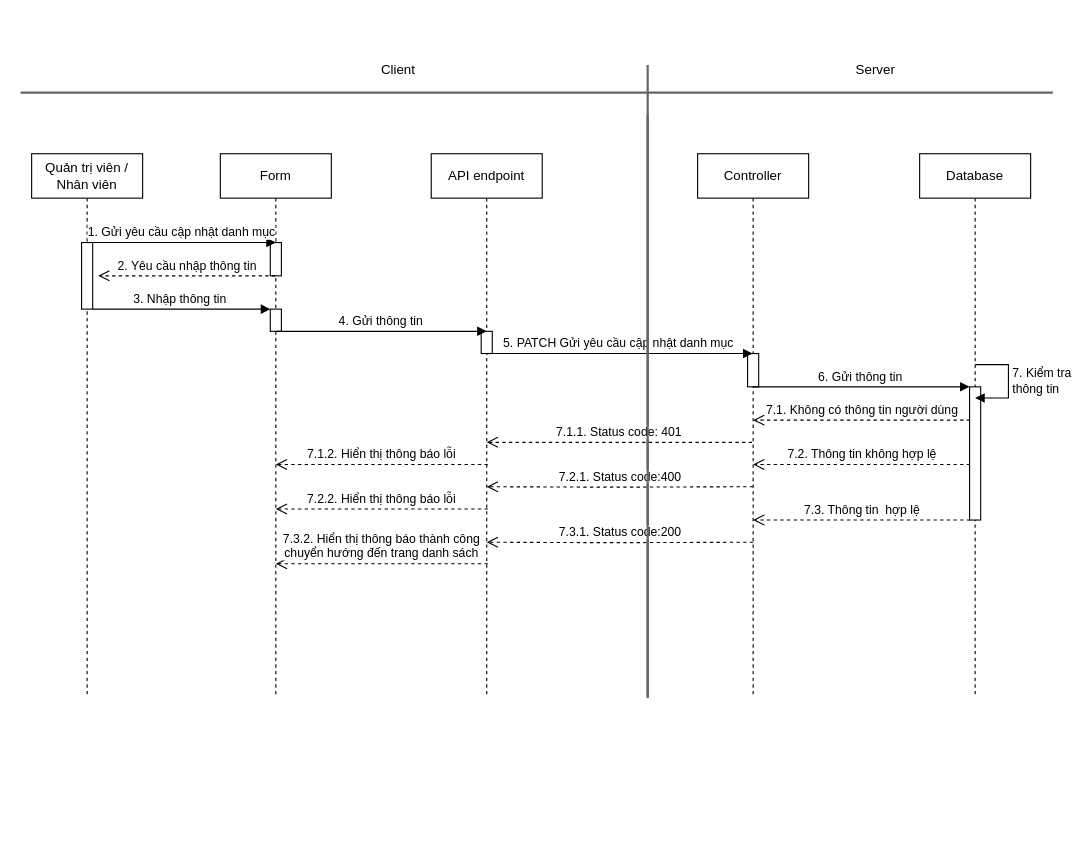
Before: page "Page-2" (2 of 4) of SD/SD_QUANLYDANHMUC.drawio in hieuNV0871/da, a draw.io diagram. Source tidied: cells renumbered, new cells numbered last; positions are measured from the earlier drawing's top-left corner, leaving out a move shared by most shapes. Both pictures are drawn from the tidied source at 111%, with x=0, y=0 at pixel (20, 53).
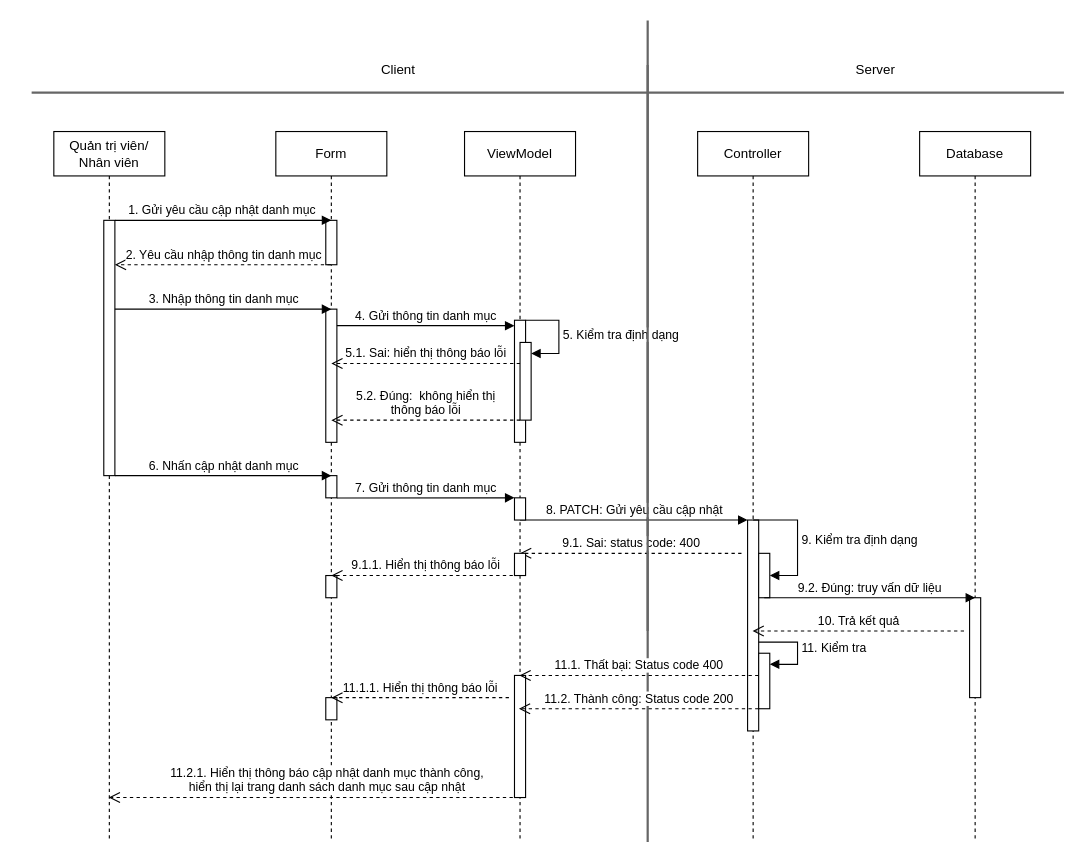
The same page after the edit.

What changed in the source:
```diff
@@
-    <mxCell id="2" value="Quản trị viên / Nhân viên" style="shape=umlLifeline;perimeter=lifelinePerimeter;whiteSpace=wrap;html=1;newEdgeStyle={&quot;curved&quot;:0,&quot;rounded&quot;:0};" parent="1" vertex="1">
-      <mxGeometry x="10" y="90" width="100" height="490" as="geometry" />
-    </mxCell>
-    <mxCell id="3" style="html=1;points=[[0,0,0,0,5],[0,1,0,0,-5],[1,0,0,0,5],[1,1,0,0,-5]];perimeter=orthogonalPerimeter;outlineConnect=0;targetShapes=umlLifeline;portConstraint=eastwest;newEdgeStyle={&quot;curved&quot;:0,&quot;rounded&quot;:0};" parent="2" vertex="1">
-      <mxGeometry x="45" y="80" width="10" height="60" as="geometry" />
-    </mxCell>
+    <mxCell id="34" style="line;strokeWidth=2;direction=south;html=1;fillColor=#f5f5f5;fontColor=#333333;strokeColor=#666666;" parent="1" vertex="1">
+      <mxGeometry x="560" y="-30" width="10" height="550" as="geometry" />
+    </mxCell>
+    <mxCell id="35" value="Quản trị viên/ Nhân viên" style="shape=umlLifeline;perimeter=lifelinePerimeter;whiteSpace=wrap;html=1;outlineConnect=0;portConstraint=eastwest;newEdgeStyle={&quot;curved&quot;:0,&quot;rounded&quot;:0};" parent="1" vertex="1">
+      <mxGeometry x="30" y="70" width="100" height="640" as="geometry" />
+    </mxCell>
+    <mxCell id="36" style="html=1;points=[[0,0,0,0,5],[0,1,0,0,-5],[1,0,0,0,5],[1,1,0,0,-5]];perimeter=orthogonalPerimeter;outlineConnect=0;targetShapes=umlLifeline;portConstraint=eastwest;newEdgeStyle={&quot;curved&quot;:0,&quot;rounded&quot;:0};" parent="35" vertex="1">
+      <mxGeometry x="45" y="80" width="10" height="230" as="geometry" />
+    </mxCell>
     <mxCell id="4" value="Form" style="shape=umlLifeline;perimeter=lifelinePerimeter;whiteSpace=wrap;html=1;outlineConnect=0;portConstraint=eastwest;newEdgeStyle={&quot;curved&quot;:0,&quot;rounded&quot;:0};" parent="1" vertex="1">
-      <mxGeometry x="180" y="90" width="100" height="490" as="geometry" />
+      <mxGeometry x="230" y="70" width="100" height="640" as="geometry" />
     </mxCell>
-    <mxCell id="5" style="html=1;perimeter=orthogonalPerimeter;targetShapes=umlLifeline;newEdgeStyle={&quot;curved&quot;:0,&quot;rounded&quot;:0};" parent="4" vertex="1">
-      <mxGeometry x="45" y="80" width="10" height="30" as="geometry" />
-    </mxCell>
-    <mxCell id="6" style="html=1;points=[[0,0,0,0,5],[0,1,0,0,-5],[1,0,0,0,5],[1,1,0,0,-5]];perimeter=orthogonalPerimeter;outlineConnect=0;targetShapes=umlLifeline;portConstraint=eastwest;newEdgeStyle={&quot;curved&quot;:0,&quot;rounded&quot;:0};" parent="4" vertex="1">
-      <mxGeometry x="45" y="140" width="10" height="20" as="geometry" />
-    </mxCell>
+    <mxCell id="37" style="html=1;perimeter=orthogonalPerimeter;targetShapes=umlLifeline;newEdgeStyle={&quot;curved&quot;:0,&quot;rounded&quot;:0};" parent="4" vertex="1">
+      <mxGeometry x="45" y="80" width="10" height="40" as="geometry" />
+    </mxCell>
+    <mxCell id="38" style="html=1;points=[[0,0,0,0,5],[0,1,0,0,-5],[1,0,0,0,5],[1,1,0,0,-5]];perimeter=orthogonalPerimeter;outlineConnect=0;targetShapes=umlLifeline;portConstraint=eastwest;newEdgeStyle={&quot;curved&quot;:0,&quot;rounded&quot;:0};" parent="4" vertex="1">
+      <mxGeometry x="45" y="160" width="10" height="120" as="geometry" />
+    </mxCell>
+    <mxCell id="39" style="html=1;perimeter=orthogonalPerimeter;targetShapes=umlLifeline;newEdgeStyle={&quot;curved&quot;:0,&quot;rounded&quot;:0};" parent="4" vertex="1">
+      <mxGeometry x="45" y="310" width="10" height="20" as="geometry" />
+    </mxCell>
+    <mxCell id="40" style="html=1;perimeter=orthogonalPerimeter;targetShapes=umlLifeline;newEdgeStyle={&quot;curved&quot;:0,&quot;rounded&quot;:0};" parent="4" vertex="1">
+      <mxGeometry x="45" y="400" width="10" height="20" as="geometry" />
+    </mxCell>
+    <mxCell id="41" style="html=1;perimeter=orthogonalPerimeter;targetShapes=umlLifeline;newEdgeStyle={&quot;curved&quot;:0,&quot;rounded&quot;:0};" parent="4" vertex="1">
+      <mxGeometry x="45" y="510" width="10" height="20" as="geometry" />
+    </mxCell>
     <mxCell id="7" value="Controller" style="shape=umlLifeline;perimeter=lifelinePerimeter;whiteSpace=wrap;html=1;outlineConnect=0;portConstraint=eastwest;newEdgeStyle={&quot;curved&quot;:0,&quot;rounded&quot;:0};" parent="1" vertex="1">
-      <mxGeometry x="610" y="90" width="100" height="490" as="geometry" />
+      <mxGeometry x="610" y="70" width="100" height="640" as="geometry" />
     </mxCell>
-    <mxCell id="8" style="html=1;perimeter=orthogonalPerimeter;targetShapes=umlLifeline;newEdgeStyle={&quot;curved&quot;:0,&quot;rounded&quot;:0};" parent="7" vertex="1">
-      <mxGeometry x="45" y="180" width="10" height="30" as="geometry" />
-    </mxCell>
-    <mxCell id="9" value="2. Yêu cầu nhập thông tin" style="html=1;verticalAlign=bottom;endArrow=open;dashed=1;endSize=8;curved=0;rounded=0;" parent="1" edge="1">
-      <mxGeometry relative="1" as="geometry">
-        <mxPoint x="229.5" y="200" as="sourcePoint" />
-        <mxPoint x="70" y="200" as="targetPoint" />
-        <Array as="points">
-          <mxPoint x="130" y="200" />
-        </Array>
-      </mxGeometry>
-    </mxCell>
-    <mxCell id="10" value="3. Nhập thông tin&amp;nbsp;" style="html=1;verticalAlign=bottom;endArrow=block;curved=0;rounded=0;" parent="1" edge="1" source="3" target="6">
-      <mxGeometry relative="1" as="geometry" />
-    </mxCell>
+    <mxCell id="42" style="html=1;points=[[0,0,0,0,5],[0,1,0,0,-5],[1,0,0,0,5],[1,1,0,0,-5]];perimeter=orthogonalPerimeter;outlineConnect=0;targetShapes=umlLifeline;portConstraint=eastwest;newEdgeStyle={&quot;curved&quot;:0,&quot;rounded&quot;:0};" parent="7" vertex="1">
+      <mxGeometry x="45" y="350" width="10" height="190" as="geometry" />
+    </mxCell>
+    <mxCell id="43" value="9. Kiểm tra định dạng" style="html=1;align=left;spacingLeft=2;endArrow=block;rounded=0;edgeStyle=orthogonalEdgeStyle;curved=0;rounded=0;exitX=0.5;exitY=0;exitDx=0;exitDy=0;exitPerimeter=0;" parent="7" edge="1" source="42" target="44">
+      <mxGeometry relative="1" as="geometry">
+        <Array as="points">
+          <mxPoint x="90" y="350" />
+          <mxPoint x="90" y="400" />
+        </Array>
+      </mxGeometry>
+    </mxCell>
+    <mxCell id="44" style="html=1;points=[[0,0,0,0,5],[0,1,0,0,-5],[1,0,0,0,5],[1,1,0,0,-5]];perimeter=orthogonalPerimeter;outlineConnect=0;targetShapes=umlLifeline;portConstraint=eastwest;newEdgeStyle={&quot;curved&quot;:0,&quot;rounded&quot;:0};" parent="7" vertex="1">
+      <mxGeometry x="55" y="380" width="10" height="40" as="geometry" />
+    </mxCell>
+    <mxCell id="45" style="html=1;points=[[0,0,0,0,5],[0,1,0,0,-5],[1,0,0,0,5],[1,1,0,0,-5]];perimeter=orthogonalPerimeter;outlineConnect=0;targetShapes=umlLifeline;portConstraint=eastwest;newEdgeStyle={&quot;curved&quot;:0,&quot;rounded&quot;:0};" parent="7" vertex="1">
+      <mxGeometry x="55" y="470" width="10" height="50" as="geometry" />
+    </mxCell>
+    <mxCell id="46" value="11. Kiểm tra" style="html=1;align=left;spacingLeft=2;endArrow=block;rounded=0;edgeStyle=orthogonalEdgeStyle;curved=0;rounded=0;" parent="7" edge="1" target="45">
+      <mxGeometry relative="1" as="geometry">
+        <mxPoint x="55" y="460" as="sourcePoint" />
+        <Array as="points">
+          <mxPoint x="90" y="460" />
+          <mxPoint x="90" y="480" />
+        </Array>
+      </mxGeometry>
+    </mxCell>
+    <mxCell id="47" value="2. Yêu cầu nhập thông tin danh mục" style="html=1;verticalAlign=bottom;endArrow=open;dashed=1;endSize=8;curved=0;rounded=0;" parent="1" edge="1" source="4" target="36">
+      <mxGeometry relative="1" as="geometry">
+        <Array as="points">
+          <mxPoint x="160" y="190" />
+        </Array>
+      </mxGeometry>
+    </mxCell>
+    <mxCell id="48" value="3. Nhập thông tin danh mục" style="html=1;verticalAlign=bottom;endArrow=block;curved=0;rounded=0;" parent="1" edge="1" source="36">
+      <mxGeometry relative="1" as="geometry">
+        <mxPoint x="280" y="230" as="targetPoint" />
+      </mxGeometry>
+    </mxCell>
-    <mxCell id="11" value="1. Gửi yêu cầu cập nhật danh mục" style="html=1;verticalAlign=bottom;endArrow=block;curved=0;rounded=0;" parent="1" edge="1">
+    <mxCell id="11" value="1. Gửi yêu cầu cập nhật danh mục&amp;nbsp;" style="html=1;verticalAlign=bottom;endArrow=block;curved=0;rounded=0;" parent="1" edge="1">
       <mxGeometry relative="1" as="geometry">
-        <mxPoint x="60" y="170" as="sourcePoint" />
-        <mxPoint x="230" y="170" as="targetPoint" />
+        <mxPoint x="85" y="150" as="sourcePoint" />
+        <mxPoint x="280" y="150" as="targetPoint" />
       </mxGeometry>
     </mxCell>
-    <mxCell id="12" value="5. PATCH Gửi yêu cầu cập nhật danh mục&amp;nbsp;" style="html=1;verticalAlign=bottom;endArrow=block;curved=0;rounded=0;" parent="1" edge="1" target="7">
-      <mxGeometry relative="1" as="geometry">
-        <mxPoint x="420" y="270" as="sourcePoint" />
-      </mxGeometry>
-    </mxCell>
+    <mxCell id="49" value="8. PATCH: Gửi yêu cầu cập nhật" style="html=1;verticalAlign=bottom;endArrow=block;curved=0;rounded=0;" parent="1" edge="1">
+      <mxGeometry relative="1" as="geometry">
+        <mxPoint x="450" y="420" as="sourcePoint" />
+        <mxPoint x="655" y="420" as="targetPoint" />
+      </mxGeometry>
+    </mxCell>
+    <mxCell id="50" value="9.1. Sai: status code: 400" style="html=1;verticalAlign=bottom;endArrow=open;dashed=1;endSize=8;curved=0;rounded=0;" parent="1" edge="1">
+      <mxGeometry relative="1" as="geometry">
+        <mxPoint x="649.5" y="450" as="sourcePoint" />
+        <mxPoint x="450" y="450" as="targetPoint" />
+        <Array as="points">
+          <mxPoint x="525" y="450" />
+        </Array>
+      </mxGeometry>
+    </mxCell>
     <mxCell id="13" value="Database" style="shape=umlLifeline;perimeter=lifelinePerimeter;whiteSpace=wrap;html=1;newEdgeStyle={&quot;curved&quot;:0,&quot;rounded&quot;:0};" parent="1" vertex="1">
-      <mxGeometry x="810" y="90" width="100" height="490" as="geometry" />
+      <mxGeometry x="810" y="70" width="100" height="640" as="geometry" />
     </mxCell>
-    <mxCell id="14" style="html=1;points=[[0,0,0,0,5],[0,1,0,0,-5],[1,0,0,0,5],[1,1,0,0,-5]];perimeter=orthogonalPerimeter;outlineConnect=0;targetShapes=umlLifeline;portConstraint=eastwest;newEdgeStyle={&quot;curved&quot;:0,&quot;rounded&quot;:0};" parent="13" vertex="1">
-      <mxGeometry x="45" y="210" width="10" height="120" as="geometry" />
-    </mxCell>
-    <mxCell id="15" style="line;strokeWidth=2;html=1;fillColor=#f5f5f5;fontColor=#333333;strokeColor=#666666;" parent="1" vertex="1">
-      <mxGeometry y="30" width="930" height="10" as="geometry" />
-    </mxCell>
+    <mxCell id="51" style="html=1;perimeter=orthogonalPerimeter;targetShapes=umlLifeline;newEdgeStyle={&quot;curved&quot;:0,&quot;rounded&quot;:0};" parent="13" vertex="1">
+      <mxGeometry x="45" y="420" width="10" height="90" as="geometry" />
+    </mxCell>
+    <mxCell id="52" style="line;strokeWidth=2;html=1;fillColor=#f5f5f5;fontColor=#333333;strokeColor=#666666;" parent="1" vertex="1">
+      <mxGeometry x="10" y="30" width="930" height="10" as="geometry" />
+    </mxCell>
@@
-    <mxCell id="18" style="line;strokeWidth=2;direction=south;html=1;fillColor=#f5f5f5;fontColor=#333333;strokeColor=#666666;" parent="1" vertex="1">
-      <mxGeometry x="560" y="10" width="10" height="570" as="geometry" />
-    </mxCell>
-    <mxCell id="19" value="API endpoint" style="shape=umlLifeline;perimeter=lifelinePerimeter;whiteSpace=wrap;html=1;newEdgeStyle={&quot;curved&quot;:0,&quot;rounded&quot;:0};" parent="1" vertex="1">
-      <mxGeometry x="370" y="90" width="100" height="490" as="geometry" />
-    </mxCell>
-    <mxCell id="20" style="html=1;perimeter=orthogonalPerimeter;targetShapes=umlLifeline;newEdgeStyle={&quot;curved&quot;:0,&quot;rounded&quot;:0};" parent="19" vertex="1">
-      <mxGeometry x="45" y="160" width="10" height="20" as="geometry" />
-    </mxCell>
-    <mxCell id="21" value="4. Gửi thông tin&amp;nbsp;" style="html=1;verticalAlign=bottom;endArrow=block;curved=0;rounded=0;" parent="1" edge="1">
-      <mxGeometry relative="1" as="geometry">
-        <mxPoint x="230.5" y="250" as="sourcePoint" />
-        <mxPoint x="420" y="250" as="targetPoint" />
-      </mxGeometry>
-    </mxCell>
-    <mxCell id="22" value="7. Kiểm tra&lt;br&gt;thông tin" style="html=1;align=left;spacingLeft=2;endArrow=block;rounded=0;edgeStyle=orthogonalEdgeStyle;curved=0;rounded=0;" parent="1" edge="1">
-      <mxGeometry relative="1" as="geometry">
-        <mxPoint x="860" y="280" as="sourcePoint" />
-        <mxPoint x="860" y="310" as="targetPoint" />
-        <Array as="points">
-          <mxPoint x="890" y="310" />
-        </Array>
-      </mxGeometry>
-    </mxCell>
-    <mxCell id="23" value="6. Gửi thông tin&amp;nbsp;" style="html=1;verticalAlign=bottom;endArrow=block;curved=0;rounded=0;" parent="1" edge="1" target="14">
-      <mxGeometry relative="1" as="geometry">
-        <mxPoint x="660" y="300" as="sourcePoint" />
-      </mxGeometry>
-    </mxCell>
-    <mxCell id="24" value="7.1. Không có thông tin người dùng" style="html=1;verticalAlign=bottom;endArrow=open;dashed=1;endSize=8;curved=0;rounded=0;" parent="1" edge="1">
-      <mxGeometry relative="1" as="geometry">
-        <mxPoint x="855.5" y="330" as="sourcePoint" />
-        <mxPoint x="660" y="330" as="targetPoint" />
-        <Array as="points">
-          <mxPoint x="695.5" y="330" />
-        </Array>
-      </mxGeometry>
-    </mxCell>
-    <mxCell id="25" value="7.2. Thông tin không hợp lệ" style="html=1;verticalAlign=bottom;endArrow=open;dashed=1;endSize=8;curved=0;rounded=0;" parent="1" edge="1">
-      <mxGeometry relative="1" as="geometry">
-        <mxPoint x="855.5" y="370" as="sourcePoint" />
-        <mxPoint x="660" y="370" as="targetPoint" />
-      </mxGeometry>
-    </mxCell>
-    <mxCell id="26" value="7.1.1. Status code: 401" style="html=1;verticalAlign=bottom;endArrow=open;dashed=1;endSize=8;curved=0;rounded=0;" parent="1" edge="1">
-      <mxGeometry relative="1" as="geometry">
-        <mxPoint x="659" y="350" as="sourcePoint" />
-        <mxPoint x="420" y="350" as="targetPoint" />
-        <Array as="points">
-          <mxPoint x="520.5" y="350" />
-        </Array>
-      </mxGeometry>
-    </mxCell>
-    <mxCell id="27" value="7.2.1. Status code:400" style="html=1;verticalAlign=bottom;endArrow=open;dashed=1;endSize=8;curved=0;rounded=0;" parent="1" edge="1">
-      <mxGeometry relative="1" as="geometry">
-        <mxPoint x="660" y="390" as="sourcePoint" />
-        <mxPoint x="420" y="390" as="targetPoint" />
-        <Array as="points">
-          <mxPoint x="530.5" y="390.4" />
-        </Array>
-      </mxGeometry>
-    </mxCell>
-    <mxCell id="28" value="7.1.2. Hiển thị thông báo lỗi" style="html=1;verticalAlign=bottom;endArrow=open;dashed=1;endSize=8;curved=0;rounded=0;" parent="1" edge="1">
-      <mxGeometry relative="1" as="geometry">
-        <mxPoint x="421" y="370" as="sourcePoint" />
-        <mxPoint x="230" y="370" as="targetPoint" />
-      </mxGeometry>
-    </mxCell>
-    <mxCell id="29" value="7.3. Thông tin&amp;nbsp; hợp lệ" style="html=1;verticalAlign=bottom;endArrow=open;dashed=1;endSize=8;curved=0;rounded=0;" parent="1" edge="1">
-      <mxGeometry relative="1" as="geometry">
-        <mxPoint x="855.5" y="420" as="sourcePoint" />
-        <mxPoint x="660" y="420" as="targetPoint" />
-      </mxGeometry>
-    </mxCell>
-    <mxCell id="30" value="7.3.1. Status code:200" style="html=1;verticalAlign=bottom;endArrow=open;dashed=1;endSize=8;curved=0;rounded=0;" parent="1" edge="1">
-      <mxGeometry relative="1" as="geometry">
-        <mxPoint x="660" y="440" as="sourcePoint" />
-        <mxPoint x="420" y="440" as="targetPoint" />
-        <Array as="points">
-          <mxPoint x="530.5" y="440.4" />
-        </Array>
-      </mxGeometry>
-    </mxCell>
-    <mxCell id="31" style="line;strokeWidth=2;direction=south;html=1;fillColor=#f5f5f5;fontColor=#333333;strokeColor=#666666;" parent="1" vertex="1">
-      <mxGeometry x="560" y="55" width="10" height="525" as="geometry" />
-    </mxCell>
-    <mxCell id="32" value="7.2.2. Hiển thị thông báo lỗi" style="html=1;verticalAlign=bottom;endArrow=open;dashed=1;endSize=8;curved=0;rounded=0;" parent="1" edge="1">
-      <mxGeometry relative="1" as="geometry">
-        <mxPoint x="421" y="410" as="sourcePoint" />
-        <mxPoint x="230" y="410" as="targetPoint" />
-      </mxGeometry>
-    </mxCell>
-    <mxCell id="33" value="7.3.2. Hiển thị thông báo thành công&lt;br&gt;chuyển hướng đến trang danh sách" style="html=1;verticalAlign=bottom;endArrow=open;dashed=1;endSize=8;curved=0;rounded=0;" parent="1" edge="1">
-      <mxGeometry relative="1" as="geometry">
-        <mxPoint x="421" y="459.4" as="sourcePoint" />
-        <mxPoint x="230" y="459.4" as="targetPoint" />
-      </mxGeometry>
-    </mxCell>
+    <mxCell id="53" value="ViewModel" style="shape=umlLifeline;perimeter=lifelinePerimeter;whiteSpace=wrap;html=1;outlineConnect=0;portConstraint=eastwest;newEdgeStyle={&quot;curved&quot;:0,&quot;rounded&quot;:0};" parent="1" vertex="1">
+      <mxGeometry x="400" y="70" width="100" height="640" as="geometry" />
+    </mxCell>
+    <mxCell id="54" style="html=1;perimeter=orthogonalPerimeter;targetShapes=umlLifeline;newEdgeStyle={&quot;curved&quot;:0,&quot;rounded&quot;:0};" parent="53" vertex="1">
+      <mxGeometry x="45" y="170" width="10" height="110" as="geometry" />
+    </mxCell>
+    <mxCell id="55" value="5. Kiểm tra định dạng" style="html=1;align=left;spacingLeft=2;endArrow=block;rounded=0;edgeStyle=orthogonalEdgeStyle;curved=0;rounded=0;" parent="53" edge="1" target="56">
+      <mxGeometry relative="1" as="geometry">
+        <mxPoint x="55" y="170" as="sourcePoint" />
+        <Array as="points">
+          <mxPoint x="85" y="200" />
+        </Array>
+      </mxGeometry>
+    </mxCell>
+    <mxCell id="56" style="html=1;points=[[0,0,0,0,5],[0,1,0,0,-5],[1,0,0,0,5],[1,1,0,0,-5]];perimeter=orthogonalPerimeter;outlineConnect=0;targetShapes=umlLifeline;portConstraint=eastwest;newEdgeStyle={&quot;curved&quot;:0,&quot;rounded&quot;:0};" parent="53" vertex="1">
+      <mxGeometry x="50" y="190" width="10" height="70" as="geometry" />
+    </mxCell>
+    <mxCell id="57" style="html=1;perimeter=orthogonalPerimeter;targetShapes=umlLifeline;newEdgeStyle={&quot;curved&quot;:0,&quot;rounded&quot;:0};" parent="53" vertex="1">
+      <mxGeometry x="45" y="330" width="10" height="20" as="geometry" />
+    </mxCell>
+    <mxCell id="58" style="html=1;perimeter=orthogonalPerimeter;targetShapes=umlLifeline;newEdgeStyle={&quot;curved&quot;:0,&quot;rounded&quot;:0};" parent="53" vertex="1">
+      <mxGeometry x="45" y="380" width="10" height="20" as="geometry" />
+    </mxCell>
+    <mxCell id="59" style="html=1;perimeter=orthogonalPerimeter;targetShapes=umlLifeline;newEdgeStyle={&quot;curved&quot;:0,&quot;rounded&quot;:0};" parent="53" vertex="1">
+      <mxGeometry x="45" y="490" width="10" height="110" as="geometry" />
+    </mxCell>
+    <mxCell id="60" value="4. Gửi thông tin danh mục" style="html=1;verticalAlign=bottom;endArrow=block;curved=0;rounded=0;" parent="1" edge="1" source="38">
+      <mxGeometry relative="1" as="geometry">
+        <mxPoint x="445" y="244.9" as="targetPoint" />
+      </mxGeometry>
+    </mxCell>
+    <mxCell id="61" style="line;strokeWidth=2;direction=south;html=1;fillColor=#f5f5f5;fontColor=#333333;strokeColor=#666666;" parent="1" vertex="1">
+      <mxGeometry x="560" y="10" width="10" height="700" as="geometry" />
+    </mxCell>
+    <mxCell id="62" value="11.2.1. Hiển thị thông báo cập nhật danh mục thành công,&lt;br&gt;hiển thị lại trang danh sách danh mục sau cập nhật" style="html=1;verticalAlign=bottom;endArrow=open;dashed=1;endSize=8;curved=0;rounded=0;" parent="1" edge="1" source="53" target="35">
+      <mxGeometry x="-0.06" relative="1" as="geometry">
+        <Array as="points">
+          <mxPoint x="307.5" y="670" />
+        </Array>
+      </mxGeometry>
+    </mxCell>
+    <mxCell id="63" value="5.1. Sai: hiển thị thông báo lỗi" style="html=1;verticalAlign=bottom;endArrow=open;dashed=1;endSize=8;curved=0;rounded=0;" parent="1" edge="1" source="56">
+      <mxGeometry relative="1" as="geometry">
+        <mxPoint x="280" y="279" as="targetPoint" />
+      </mxGeometry>
+    </mxCell>
+    <mxCell id="64" value="5.2. Đúng:&amp;nbsp; không hiển thị &lt;br&gt;thông báo lỗi" style="html=1;verticalAlign=bottom;endArrow=open;dashed=1;endSize=8;curved=0;rounded=0;" parent="1" edge="1">
+      <mxGeometry relative="1" as="geometry">
+        <mxPoint x="450" y="330" as="sourcePoint" />
+        <mxPoint x="280" y="330" as="targetPoint" />
+      </mxGeometry>
+    </mxCell>
+    <mxCell id="65" value="6. Nhấn cập nhật danh mục" style="html=1;verticalAlign=bottom;endArrow=block;curved=0;rounded=0;" parent="1" edge="1">
+      <mxGeometry relative="1" as="geometry">
+        <mxPoint x="85" y="380" as="sourcePoint" />
+        <mxPoint x="280" y="380" as="targetPoint" />
+      </mxGeometry>
+    </mxCell>
+    <mxCell id="66" value="7. Gửi thông tin danh mục" style="html=1;verticalAlign=bottom;endArrow=block;curved=0;rounded=0;" parent="1" edge="1">
+      <mxGeometry relative="1" as="geometry">
+        <mxPoint x="285" y="400.1" as="sourcePoint" />
+        <mxPoint x="445" y="400" as="targetPoint" />
+      </mxGeometry>
+    </mxCell>
+    <mxCell id="67" value="9.1.1. Hiển thị thông báo lỗi" style="html=1;verticalAlign=bottom;endArrow=open;dashed=1;endSize=8;curved=0;rounded=0;" parent="1" edge="1">
+      <mxGeometry relative="1" as="geometry">
+        <mxPoint x="449.5" y="470" as="sourcePoint" />
+        <mxPoint x="280" y="470" as="targetPoint" />
+        <Array as="points">
+          <mxPoint x="325" y="470" />
+        </Array>
+      </mxGeometry>
+    </mxCell>
+    <mxCell id="68" value="9.2. Đúng: truy vấn dữ liệu" style="html=1;verticalAlign=bottom;endArrow=block;curved=0;rounded=0;" parent="1" edge="1">
+      <mxGeometry relative="1" as="geometry">
+        <mxPoint x="670" y="490" as="sourcePoint" />
+        <mxPoint x="860" y="490" as="targetPoint" />
+      </mxGeometry>
+    </mxCell>
+    <mxCell id="69" value="10. Trả kết quả" style="html=1;verticalAlign=bottom;endArrow=open;dashed=1;endSize=8;curved=0;rounded=0;" parent="1" edge="1" target="7">
+      <mxGeometry relative="1" as="geometry">
+        <mxPoint x="850" y="520" as="sourcePoint" />
+      </mxGeometry>
+    </mxCell>
+    <mxCell id="70" value="11.1. Thất bại: Status code 400" style="html=1;verticalAlign=bottom;endArrow=open;dashed=1;endSize=8;curved=0;rounded=0;" parent="1" edge="1" target="53">
+      <mxGeometry relative="1" as="geometry">
+        <mxPoint x="664.8" y="560" as="sourcePoint" />
+      </mxGeometry>
+    </mxCell>
+    <mxCell id="71" value="11.2. Thành công: Status code 200" style="html=1;verticalAlign=bottom;endArrow=open;dashed=1;endSize=8;curved=0;rounded=0;" parent="1" edge="1">
+      <mxGeometry relative="1" as="geometry">
+        <mxPoint x="664.8" y="590" as="sourcePoint" />
+        <mxPoint x="449" y="590" as="targetPoint" />
+      </mxGeometry>
+    </mxCell>
+    <mxCell id="72" value="11.1.1. Hiển thị thông báo lỗi" style="html=1;verticalAlign=bottom;endArrow=open;dashed=1;endSize=8;curved=0;rounded=0;" parent="1" edge="1">
+      <mxGeometry relative="1" as="geometry">
+        <mxPoint x="440" y="580" as="sourcePoint" />
+        <mxPoint x="280" y="580" as="targetPoint" />
+        <Array as="points">
+          <mxPoint x="315" y="580" />
+        </Array>
+      </mxGeometry>
+    </mxCell>
```
